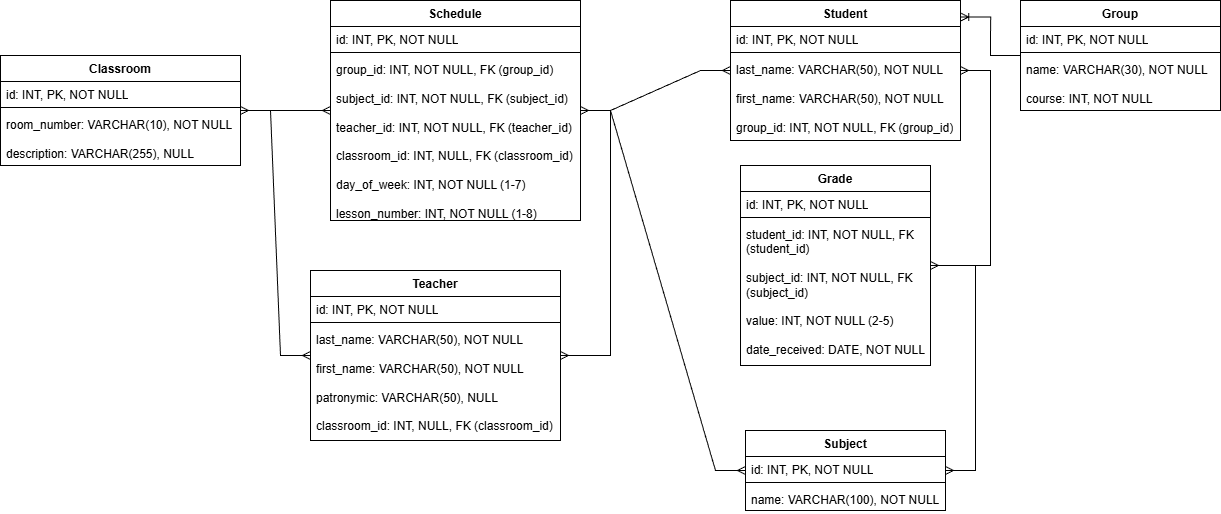
Before: docs/lr3/диаграмма.drawio.png, a diagram exported from draw.io (euuuuuukov/ITMO_ICT_WebDevelopment_2024-2025). Source tidied: cells renumbered, new cells last; positions are measured from the earlier drawing's top-left corner, leaving out a move shared by most shapes.
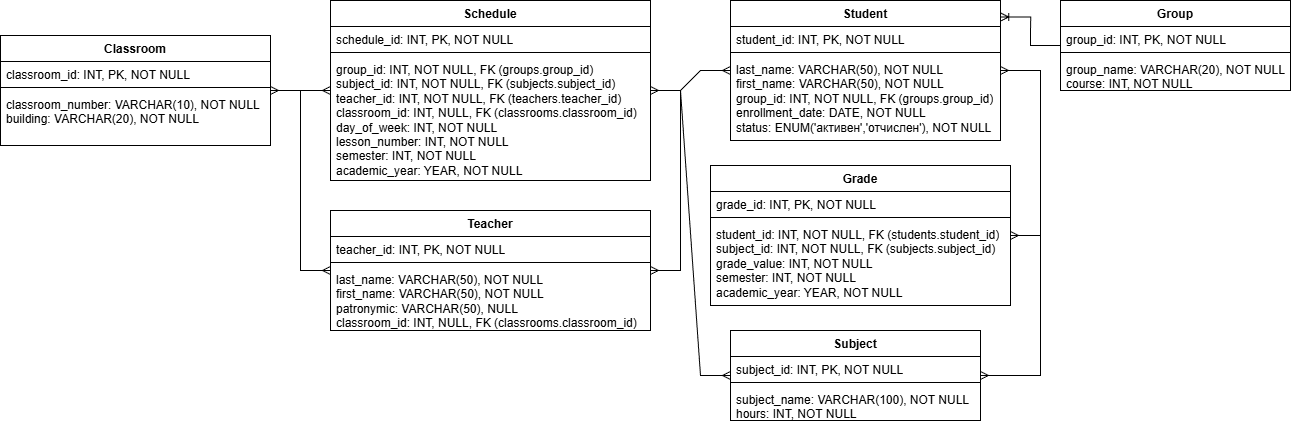
Above is the later version.

The edit, as a diff of the source:
```diff
@@ -3,88 +3,88 @@
     <mxCell id="0" />
     <mxCell id="1" parent="0" />
     <mxCell id="2" value="Group" style="swimlane;fontStyle=1;align=center;verticalAlign=top;horizontal=1;startSize=26;whiteSpace=wrap;html=1;" parent="1" vertex="1">
-      <mxGeometry x="1020" width="200" height="110" as="geometry" />
+      <mxGeometry x="1060" width="230" height="90" as="geometry" />
     </mxCell>
-    <mxCell id="3" value="id: INT, PK, NOT NULL" style="text;strokeColor=none;fillColor=none;align=left;verticalAlign=top;spacingLeft=4;spacingRight=4;overflow=hidden;whiteSpace=wrap;html=1;" parent="2" vertex="1">
-      <mxGeometry y="26" width="200" height="22" as="geometry" />
+    <mxCell id="3" value="&lt;div&gt;group_id: INT, PK, NOT NULL&lt;/div&gt;" style="text;strokeColor=none;fillColor=none;align=left;verticalAlign=top;spacingLeft=4;spacingRight=4;overflow=hidden;whiteSpace=wrap;html=1;" parent="2" vertex="1">
+      <mxGeometry y="26" width="230" height="22" as="geometry" />
     </mxCell>
     <mxCell id="4" style="line;strokeWidth=1;fillColor=none;align=left;verticalAlign=middle;spacingTop=-1;spacingLeft=3;spacingRight=3;labelPosition=right;strokeColor=inherit;" parent="2" vertex="1">
-      <mxGeometry y="48" width="200" height="8" as="geometry" />
+      <mxGeometry y="48" width="230" height="8" as="geometry" />
     </mxCell>
-    <mxCell id="5" value="&lt;div&gt;name: VARCHAR(30), NOT NULL&lt;/div&gt;&lt;div&gt;&lt;br&gt;&lt;/div&gt;&lt;div&gt;course: INT, NOT NULL&lt;/div&gt;" style="text;strokeColor=none;fillColor=none;align=left;verticalAlign=top;spacingLeft=4;spacingRight=4;overflow=hidden;whiteSpace=wrap;html=1;" parent="2" vertex="1">
-      <mxGeometry y="56" width="200" height="54" as="geometry" />
+    <mxCell id="5" value="&lt;div&gt;&lt;span style=&quot;background-color: transparent; color: light-dark(rgb(0, 0, 0), rgb(255, 255, 255));&quot;&gt;group_name: VARCHAR(20), NOT NULL&lt;/span&gt;&lt;/div&gt;&lt;div&gt;course: INT, NOT NULL&lt;/div&gt;" style="text;strokeColor=none;fillColor=none;align=left;verticalAlign=top;spacingLeft=4;spacingRight=4;overflow=hidden;whiteSpace=wrap;html=1;" parent="2" vertex="1">
+      <mxGeometry y="56" width="230" height="34" as="geometry" />
     </mxCell>
     <mxCell id="6" value="Student" style="swimlane;fontStyle=1;align=center;verticalAlign=top;horizontal=1;startSize=26;whiteSpace=wrap;html=1;" parent="1" vertex="1">
-      <mxGeometry x="730" width="230" height="140" as="geometry" />
+      <mxGeometry x="730" width="270" height="140" as="geometry" />
     </mxCell>
-    <mxCell id="7" value="id: INT, PK, NOT NULL" style="text;strokeColor=none;fillColor=none;align=left;verticalAlign=top;spacingLeft=4;spacingRight=4;overflow=hidden;whiteSpace=wrap;html=1;" parent="6" vertex="1">
-      <mxGeometry y="26" width="230" height="22" as="geometry" />
+    <mxCell id="7" value="&lt;div&gt;student_id: INT, PK, NOT NULL&lt;/div&gt;" style="text;strokeColor=none;fillColor=none;align=left;verticalAlign=top;spacingLeft=4;spacingRight=4;overflow=hidden;whiteSpace=wrap;html=1;" parent="6" vertex="1">
+      <mxGeometry y="26" width="270" height="22" as="geometry" />
     </mxCell>
     <mxCell id="8" style="line;strokeWidth=1;fillColor=none;align=left;verticalAlign=middle;spacingTop=-1;spacingLeft=3;spacingRight=3;labelPosition=right;strokeColor=inherit;" parent="6" vertex="1">
-      <mxGeometry y="48" width="230" height="8" as="geometry" />
+      <mxGeometry y="48" width="270" height="8" as="geometry" />
     </mxCell>
-    <mxCell id="9" value="&lt;div&gt;last_name: VARCHAR(50), NOT NULL&lt;/div&gt;&lt;div&gt;&lt;br&gt;&lt;/div&gt;&lt;div&gt;first_name: VARCHAR(50), NOT NULL&lt;/div&gt;&lt;div&gt;&lt;br&gt;&lt;/div&gt;&lt;div&gt;group_id: INT, NOT NULL, FK (group_id)&lt;/div&gt;" style="text;strokeColor=none;fillColor=none;align=left;verticalAlign=top;spacingLeft=4;spacingRight=4;overflow=hidden;whiteSpace=wrap;html=1;" parent="6" vertex="1">
-      <mxGeometry y="56" width="230" height="84" as="geometry" />
+    <mxCell id="9" value="&lt;div&gt;&lt;span style=&quot;background-color: transparent; color: light-dark(rgb(0, 0, 0), rgb(255, 255, 255));&quot;&gt;last_name: VARCHAR(50), NOT NULL&lt;/span&gt;&lt;/div&gt;&lt;div&gt;first_name: VARCHAR(50), NOT NULL&lt;/div&gt;&lt;div&gt;group_id: INT, NOT NULL, FK (groups.group_id)&lt;/div&gt;&lt;div&gt;enrollment_date: DATE, NOT NULL&lt;/div&gt;&lt;div&gt;status: ENUM('активен','отчислен'), NOT NULL&lt;/div&gt;" style="text;strokeColor=none;fillColor=none;align=left;verticalAlign=top;spacingLeft=4;spacingRight=4;overflow=hidden;whiteSpace=wrap;html=1;" parent="6" vertex="1">
+      <mxGeometry y="56" width="270" height="84" as="geometry" />
     </mxCell>
     <mxCell id="10" value="Teacher" style="swimlane;fontStyle=1;align=center;verticalAlign=top;horizontal=1;startSize=26;whiteSpace=wrap;html=1;" parent="1" vertex="1">
-      <mxGeometry x="310" y="270" width="250" height="170" as="geometry" />
+      <mxGeometry x="330" y="210" width="320" height="120" as="geometry" />
     </mxCell>
-    <mxCell id="11" value="id: INT, PK, NOT NULL" style="text;strokeColor=none;fillColor=none;align=left;verticalAlign=top;spacingLeft=4;spacingRight=4;overflow=hidden;whiteSpace=wrap;html=1;" parent="10" vertex="1">
-      <mxGeometry y="26" width="250" height="22" as="geometry" />
+    <mxCell id="11" value="&lt;div&gt;teacher_id: INT, PK, NOT NULL&lt;/div&gt;" style="text;strokeColor=none;fillColor=none;align=left;verticalAlign=top;spacingLeft=4;spacingRight=4;overflow=hidden;whiteSpace=wrap;html=1;" parent="10" vertex="1">
+      <mxGeometry y="26" width="320" height="22" as="geometry" />
     </mxCell>
     <mxCell id="12" style="line;strokeWidth=1;fillColor=none;align=left;verticalAlign=middle;spacingTop=-1;spacingLeft=3;spacingRight=3;labelPosition=right;strokeColor=inherit;" parent="10" vertex="1">
-      <mxGeometry y="48" width="250" height="8" as="geometry" />
+      <mxGeometry y="48" width="320" height="8" as="geometry" />
     </mxCell>
-    <mxCell id="13" value="&lt;div&gt;last_name: VARCHAR(50), NOT NULL&lt;/div&gt;&lt;div&gt;&lt;br&gt;&lt;/div&gt;&lt;div&gt;first_name: VARCHAR(50), NOT NULL&lt;/div&gt;&lt;div&gt;&lt;br&gt;&lt;/div&gt;&lt;div&gt;patronymic: VARCHAR(50), NULL&lt;/div&gt;&lt;div&gt;&lt;br&gt;&lt;/div&gt;&lt;div&gt;classroom_id: INT, NULL, FK (classroom_id)&lt;/div&gt;" style="text;strokeColor=none;fillColor=none;align=left;verticalAlign=top;spacingLeft=4;spacingRight=4;overflow=hidden;whiteSpace=wrap;html=1;" parent="10" vertex="1">
-      <mxGeometry y="56" width="250" height="114" as="geometry" />
+    <mxCell id="13" value="&lt;div&gt;&lt;span style=&quot;background-color: transparent; color: light-dark(rgb(0, 0, 0), rgb(255, 255, 255));&quot;&gt;last_name: VARCHAR(50), NOT NULL&lt;/span&gt;&lt;/div&gt;&lt;div&gt;first_name: VARCHAR(50), NOT NULL&lt;/div&gt;&lt;div&gt;patronymic: VARCHAR(50), NULL&lt;/div&gt;&lt;div&gt;classroom_id: INT, NULL, FK (classrooms.classroom_id)&lt;/div&gt;" style="text;strokeColor=none;fillColor=none;align=left;verticalAlign=top;spacingLeft=4;spacingRight=4;overflow=hidden;whiteSpace=wrap;html=1;" parent="10" vertex="1">
+      <mxGeometry y="56" width="320" height="64" as="geometry" />
     </mxCell>
     <mxCell id="14" value="Classroom" style="swimlane;fontStyle=1;align=center;verticalAlign=top;horizontal=1;startSize=26;whiteSpace=wrap;html=1;" parent="1" vertex="1">
-      <mxGeometry y="55" width="240" height="110" as="geometry" />
+      <mxGeometry y="35" width="270" height="110" as="geometry" />
     </mxCell>
-    <mxCell id="15" value="id: INT, PK, NOT NULL" style="text;strokeColor=none;fillColor=none;align=left;verticalAlign=top;spacingLeft=4;spacingRight=4;overflow=hidden;whiteSpace=wrap;html=1;" parent="14" vertex="1">
-      <mxGeometry y="26" width="240" height="22" as="geometry" />
+    <mxCell id="15" value="&lt;div&gt;classroom_id: INT, PK, NOT NULL&lt;/div&gt;" style="text;strokeColor=none;fillColor=none;align=left;verticalAlign=top;spacingLeft=4;spacingRight=4;overflow=hidden;whiteSpace=wrap;html=1;" parent="14" vertex="1">
+      <mxGeometry y="26" width="270" height="22" as="geometry" />
     </mxCell>
     <mxCell id="16" style="line;strokeWidth=1;fillColor=none;align=left;verticalAlign=middle;spacingTop=-1;spacingLeft=3;spacingRight=3;labelPosition=right;strokeColor=inherit;" parent="14" vertex="1">
-      <mxGeometry y="48" width="240" height="8" as="geometry" />
+      <mxGeometry y="48" width="270" height="8" as="geometry" />
     </mxCell>
-    <mxCell id="17" value="&lt;div&gt;room_number: VARCHAR(10), NOT NULL&lt;/div&gt;&lt;div&gt;&lt;br&gt;&lt;/div&gt;&lt;div&gt;description: VARCHAR(255), NULL&lt;/div&gt;" style="text;strokeColor=none;fillColor=none;align=left;verticalAlign=top;spacingLeft=4;spacingRight=4;overflow=hidden;whiteSpace=wrap;html=1;" parent="14" vertex="1">
-      <mxGeometry y="56" width="240" height="54" as="geometry" />
+    <mxCell id="17" value="&lt;div&gt;&lt;span style=&quot;background-color: transparent; color: light-dark(rgb(0, 0, 0), rgb(255, 255, 255));&quot;&gt;classroom_number: VARCHAR(10), NOT NULL&lt;/span&gt;&lt;/div&gt;&lt;div&gt;building: VARCHAR(20), NOT NULL&lt;/div&gt;" style="text;strokeColor=none;fillColor=none;align=left;verticalAlign=top;spacingLeft=4;spacingRight=4;overflow=hidden;whiteSpace=wrap;html=1;" parent="14" vertex="1">
+      <mxGeometry y="56" width="270" height="54" as="geometry" />
     </mxCell>
     <mxCell id="18" value="Subject" style="swimlane;fontStyle=1;align=center;verticalAlign=top;horizontal=1;startSize=26;whiteSpace=wrap;html=1;" parent="1" vertex="1">
-      <mxGeometry x="745" y="430" width="200" height="80" as="geometry" />
+      <mxGeometry x="730" y="330" width="250" height="90" as="geometry" />
     </mxCell>
-    <mxCell id="19" value="id: INT, PK, NOT NULL" style="text;strokeColor=none;fillColor=none;align=left;verticalAlign=top;spacingLeft=4;spacingRight=4;overflow=hidden;whiteSpace=wrap;html=1;" parent="18" vertex="1">
-      <mxGeometry y="26" width="200" height="22" as="geometry" />
+    <mxCell id="19" value="&lt;div&gt;subject_id: INT, PK, NOT NULL&lt;/div&gt;" style="text;strokeColor=none;fillColor=none;align=left;verticalAlign=top;spacingLeft=4;spacingRight=4;overflow=hidden;whiteSpace=wrap;html=1;" parent="18" vertex="1">
+      <mxGeometry y="26" width="250" height="22" as="geometry" />
     </mxCell>
     <mxCell id="20" style="line;strokeWidth=1;fillColor=none;align=left;verticalAlign=middle;spacingTop=-1;spacingLeft=3;spacingRight=3;labelPosition=right;strokeColor=inherit;" parent="18" vertex="1">
-      <mxGeometry y="48" width="200" height="8" as="geometry" />
+      <mxGeometry y="48" width="250" height="8" as="geometry" />
     </mxCell>
-    <mxCell id="21" value="name: VARCHAR(100), NOT NULL" style="text;strokeColor=none;fillColor=none;align=left;verticalAlign=top;spacingLeft=4;spacingRight=4;overflow=hidden;whiteSpace=wrap;html=1;" parent="18" vertex="1">
-      <mxGeometry y="56" width="200" height="24" as="geometry" />
+    <mxCell id="21" value="&lt;div&gt;&lt;span style=&quot;background-color: transparent; color: light-dark(rgb(0, 0, 0), rgb(255, 255, 255));&quot;&gt;subject_name: VARCHAR(100), NOT NULL&lt;/span&gt;&lt;/div&gt;&lt;div&gt;hours: INT, NOT NULL&lt;/div&gt;" style="text;strokeColor=none;fillColor=none;align=left;verticalAlign=top;spacingLeft=4;spacingRight=4;overflow=hidden;whiteSpace=wrap;html=1;" parent="18" vertex="1">
+      <mxGeometry y="56" width="250" height="34" as="geometry" />
     </mxCell>
     <mxCell id="22" value="Grade" style="swimlane;fontStyle=1;align=center;verticalAlign=top;horizontal=1;startSize=26;whiteSpace=wrap;html=1;" parent="1" vertex="1">
-      <mxGeometry x="740" y="165" width="190" height="200" as="geometry" />
+      <mxGeometry x="710" y="165" width="300" height="140" as="geometry" />
     </mxCell>
-    <mxCell id="23" value="id: INT, PK, NOT NULL" style="text;strokeColor=none;fillColor=none;align=left;verticalAlign=top;spacingLeft=4;spacingRight=4;overflow=hidden;whiteSpace=wrap;html=1;" parent="22" vertex="1">
-      <mxGeometry y="26" width="190" height="22" as="geometry" />
+    <mxCell id="23" value="&lt;div&gt;grade_id: INT, PK, NOT NULL&lt;/div&gt;" style="text;strokeColor=none;fillColor=none;align=left;verticalAlign=top;spacingLeft=4;spacingRight=4;overflow=hidden;whiteSpace=wrap;html=1;" parent="22" vertex="1">
+      <mxGeometry y="26" width="300" height="22" as="geometry" />
     </mxCell>
     <mxCell id="24" style="line;strokeWidth=1;fillColor=none;align=left;verticalAlign=middle;spacingTop=-1;spacingLeft=3;spacingRight=3;labelPosition=right;strokeColor=inherit;" parent="22" vertex="1">
-      <mxGeometry y="48" width="190" height="8" as="geometry" />
+      <mxGeometry y="48" width="300" height="8" as="geometry" />
     </mxCell>
-    <mxCell id="25" value="&lt;div&gt;student_id: INT, NOT NULL, FK (student_id)&lt;/div&gt;&lt;div&gt;&lt;br&gt;&lt;/div&gt;&lt;div&gt;subject_id: INT, NOT NULL, FK (subject_id)&lt;/div&gt;&lt;div&gt;&lt;br&gt;&lt;/div&gt;&lt;div&gt;value: INT, NOT NULL (2-5)&lt;/div&gt;&lt;div&gt;&lt;br&gt;&lt;/div&gt;&lt;div&gt;date_received: DATE, NOT NULL&lt;/div&gt;" style="text;strokeColor=none;fillColor=none;align=left;verticalAlign=top;spacingLeft=4;spacingRight=4;overflow=hidden;whiteSpace=wrap;html=1;" parent="22" vertex="1">
-      <mxGeometry y="56" width="190" height="144" as="geometry" />
+    <mxCell id="25" value="&lt;div&gt;&lt;span style=&quot;background-color: transparent; color: light-dark(rgb(0, 0, 0), rgb(255, 255, 255));&quot;&gt;student_id: INT, NOT NULL, FK (students.student_id)&lt;/span&gt;&lt;/div&gt;&lt;div&gt;subject_id: INT, NOT NULL, FK (subjects.subject_id)&lt;/div&gt;&lt;div&gt;grade_value: INT, NOT NULL&lt;/div&gt;&lt;div&gt;semester: INT, NOT NULL&lt;/div&gt;&lt;div&gt;academic_year: YEAR, NOT NULL&lt;/div&gt;" style="text;strokeColor=none;fillColor=none;align=left;verticalAlign=top;spacingLeft=4;spacingRight=4;overflow=hidden;whiteSpace=wrap;html=1;" parent="22" vertex="1">
+      <mxGeometry y="56" width="300" height="84" as="geometry" />
     </mxCell>
     <mxCell id="26" value="Schedule" style="swimlane;fontStyle=1;align=center;verticalAlign=top;horizontal=1;startSize=26;whiteSpace=wrap;html=1;" parent="1" vertex="1">
-      <mxGeometry x="330" width="250" height="220" as="geometry" />
+      <mxGeometry x="330" width="320" height="180" as="geometry" />
     </mxCell>
-    <mxCell id="27" value="id: INT, PK, NOT NULL" style="text;strokeColor=none;fillColor=none;align=left;verticalAlign=top;spacingLeft=4;spacingRight=4;overflow=hidden;whiteSpace=wrap;html=1;" parent="26" vertex="1">
-      <mxGeometry y="26" width="250" height="22" as="geometry" />
+    <mxCell id="27" value="&lt;div&gt;schedule_id: INT, PK, NOT NULL&lt;/div&gt;" style="text;strokeColor=none;fillColor=none;align=left;verticalAlign=top;spacingLeft=4;spacingRight=4;overflow=hidden;whiteSpace=wrap;html=1;" parent="26" vertex="1">
+      <mxGeometry y="26" width="320" height="22" as="geometry" />
     </mxCell>
     <mxCell id="28" style="line;strokeWidth=1;fillColor=none;align=left;verticalAlign=middle;spacingTop=-1;spacingLeft=3;spacingRight=3;labelPosition=right;strokeColor=inherit;" parent="26" vertex="1">
-      <mxGeometry y="48" width="250" height="8" as="geometry" />
+      <mxGeometry y="48" width="320" height="8" as="geometry" />
     </mxCell>
-    <mxCell id="29" value="&lt;div&gt;group_id: INT, NOT NULL, FK (group_id)&lt;/div&gt;&lt;div&gt;&lt;br&gt;&lt;/div&gt;&lt;div&gt;subject_id: INT, NOT NULL, FK (subject_id)&lt;/div&gt;&lt;div&gt;&lt;br&gt;&lt;/div&gt;&lt;div&gt;teacher_id: INT, NOT NULL, FK (teacher_id)&lt;/div&gt;&lt;div&gt;&lt;br&gt;&lt;/div&gt;&lt;div&gt;classroom_id: INT, NULL, FK (classroom_id)&lt;/div&gt;&lt;div&gt;&lt;br&gt;&lt;/div&gt;&lt;div&gt;day_of_week: INT, NOT NULL (1-7)&lt;/div&gt;&lt;div&gt;&lt;br&gt;&lt;/div&gt;&lt;div&gt;lesson_number: INT, NOT NULL (1-8)&lt;/div&gt;" style="text;strokeColor=none;fillColor=none;align=left;verticalAlign=top;spacingLeft=4;spacingRight=4;overflow=hidden;whiteSpace=wrap;html=1;" parent="26" vertex="1">
-      <mxGeometry y="56" width="250" height="164" as="geometry" />
+    <mxCell id="29" value="&lt;div&gt;&lt;span style=&quot;background-color: transparent; color: light-dark(rgb(0, 0, 0), rgb(255, 255, 255));&quot;&gt;group_id: INT, NOT NULL, FK (groups.group_id)&lt;/span&gt;&lt;/div&gt;&lt;div&gt;subject_id: INT, NOT NULL, FK (subjects.subject_id)&lt;/div&gt;&lt;div&gt;teacher_id: INT, NOT NULL, FK (teachers.teacher_id)&lt;/div&gt;&lt;div&gt;classroom_id: INT, NULL, FK (classrooms.classroom_id)&lt;/div&gt;&lt;div&gt;day_of_week: INT, NOT NULL&lt;/div&gt;&lt;div&gt;lesson_number: INT, NOT NULL&lt;/div&gt;&lt;div&gt;semester: INT, NOT NULL&lt;/div&gt;&lt;div&gt;academic_year: YEAR, NOT NULL&lt;/div&gt;" style="text;strokeColor=none;fillColor=none;align=left;verticalAlign=top;spacingLeft=4;spacingRight=4;overflow=hidden;whiteSpace=wrap;html=1;" parent="26" vertex="1">
+      <mxGeometry y="56" width="320" height="124" as="geometry" />
     </mxCell>
     <mxCell id="30" style="edgeStyle=entityRelationEdgeStyle;fontSize=12;html=1;endArrow=ERmany;startArrow=ERmany;rounded=0;" parent="1" edge="1" source="10" target="14">
       <mxGeometry relative="1" as="geometry">
```
